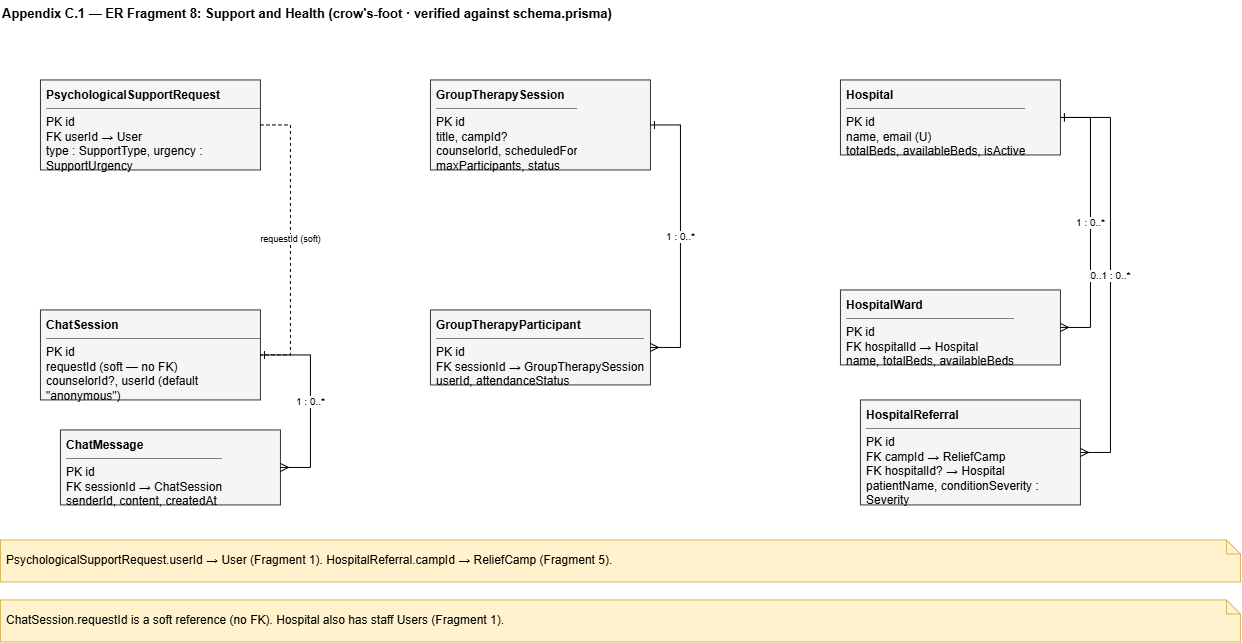
The draw.io diagram research-report-source/diagrams/pngs/Appendix_C.1_ER_Fragment_08_Support_and_Health.drawio.png in DeshanDV1003/Suraksha---Web-App, before a commit. Source tidied: cells renumbered, new cells last; positions are measured from the earlier drawing's top-left corner, leaving out a move shared by most shapes.
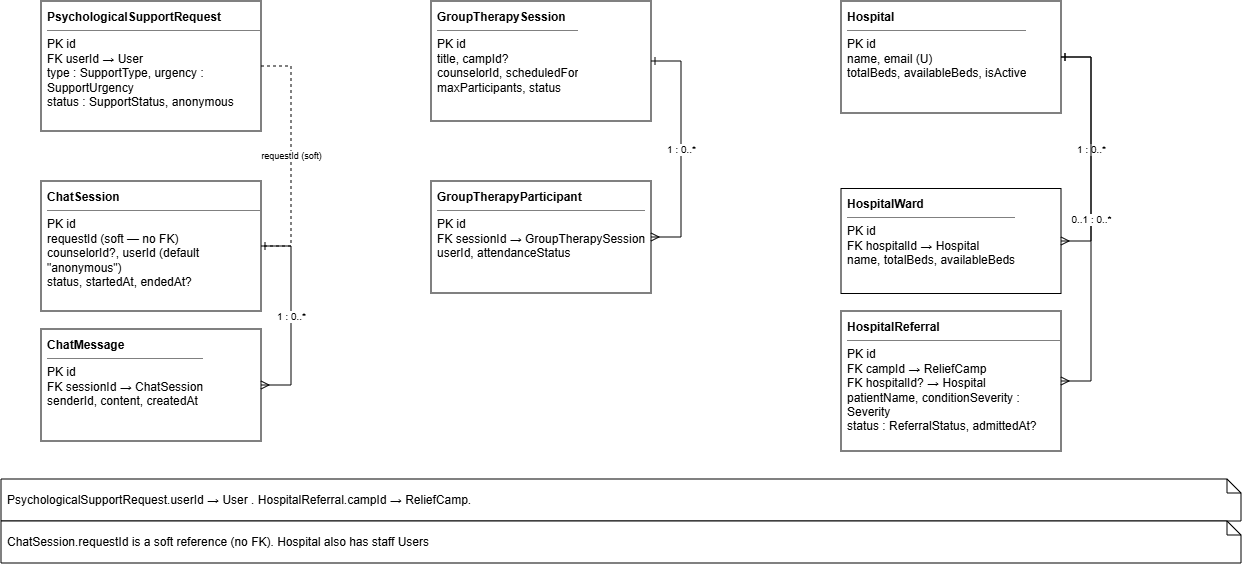
After the change.

The edit, as a diff of the source:
```diff
@@ -2,32 +2,29 @@
   <root>
     <mxCell id="0" />
     <mxCell id="1" parent="0" />
-    <mxCell id="2" value="Appendix C.1 — ER Fragment 8: Support and Health   (crow's-foot · verified against schema.prisma)" style="text;html=1;fontStyle=1;fontSize=13;align=left;" parent="1" vertex="1">
-      <mxGeometry width="1240" height="24" as="geometry" />
-    </mxCell>
-    <mxCell id="3" value="&lt;b&gt;PsychologicalSupportRequest&lt;/b&gt;&lt;hr size=&quot;1&quot; noshade&gt;PK id&lt;br&gt;FK userId  → User&lt;br&gt;type : SupportType, urgency : SupportUrgency&lt;br&gt;status : SupportStatus, anonymous" style="rounded=0;whiteSpace=wrap;html=1;fillColor=#f5f5f5;strokeColor=#333333;align=left;verticalAlign=top;spacingLeft=4;spacingTop=2;overflow=hidden;" parent="1" vertex="1">
-      <mxGeometry x="40" y="80" width="220" height="90" as="geometry" />
+    <mxCell id="3" value="&lt;b&gt;PsychologicalSupportRequest&lt;/b&gt;&lt;hr size=&quot;1&quot; noshade&gt;PK id&lt;br&gt;FK userId  → User&lt;br&gt;type : SupportType, urgency : SupportUrgency&lt;br&gt;status : SupportStatus, anonymous" style="rounded=0;whiteSpace=wrap;html=1;align=left;verticalAlign=top;spacingLeft=4;spacingTop=2;overflow=hidden;" parent="1" vertex="1">
+      <mxGeometry x="40" y="80" width="220" height="130" as="geometry" />
     </mxCell>
-    <mxCell id="4" value="&lt;b&gt;ChatSession&lt;/b&gt;&lt;hr size=&quot;1&quot; noshade&gt;PK id&lt;br&gt;requestId  (soft — no FK)&lt;br&gt;counselorId?, userId (default &quot;anonymous&quot;)&lt;br&gt;status, startedAt, endedAt?" style="rounded=0;whiteSpace=wrap;html=1;fillColor=#f5f5f5;strokeColor=#333333;align=left;verticalAlign=top;spacingLeft=4;spacingTop=2;overflow=hidden;" parent="1" vertex="1">
-      <mxGeometry x="40" y="310" width="220" height="90" as="geometry" />
+    <mxCell id="4" value="&lt;b&gt;ChatSession&lt;/b&gt;&lt;hr size=&quot;1&quot; noshade&gt;PK id&lt;br&gt;requestId  (soft — no FK)&lt;br&gt;counselorId?, userId (default &quot;anonymous&quot;)&lt;br&gt;status, startedAt, endedAt?" style="rounded=0;whiteSpace=wrap;html=1;align=left;verticalAlign=top;spacingLeft=4;spacingTop=2;overflow=hidden;" parent="1" vertex="1">
+      <mxGeometry x="40" y="260" width="220" height="130" as="geometry" />
     </mxCell>
-    <mxCell id="5" value="&lt;b&gt;ChatMessage&lt;/b&gt;&lt;hr size=&quot;1&quot; noshade&gt;PK id&lt;br&gt;FK sessionId  → ChatSession&lt;br&gt;senderId, content, createdAt" style="rounded=0;whiteSpace=wrap;html=1;fillColor=#f5f5f5;strokeColor=#333333;align=left;verticalAlign=top;spacingLeft=4;spacingTop=2;overflow=hidden;" parent="1" vertex="1">
-      <mxGeometry x="60" y="430" width="220" height="75" as="geometry" />
+    <mxCell id="5" value="&lt;b&gt;ChatMessage&lt;/b&gt;&lt;hr size=&quot;1&quot; noshade&gt;PK id&lt;br&gt;FK sessionId  → ChatSession&lt;br&gt;senderId, content, createdAt" style="rounded=0;whiteSpace=wrap;html=1;align=left;verticalAlign=top;spacingLeft=4;spacingTop=2;overflow=hidden;" parent="1" vertex="1">
+      <mxGeometry x="40" y="408" width="220" height="112" as="geometry" />
     </mxCell>
-    <mxCell id="6" value="&lt;b&gt;GroupTherapySession&lt;/b&gt;&lt;hr size=&quot;1&quot; noshade&gt;PK id&lt;br&gt;title, campId?&lt;br&gt;counselorId, scheduledFor&lt;br&gt;maxParticipants, status" style="rounded=0;whiteSpace=wrap;html=1;fillColor=#f5f5f5;strokeColor=#333333;align=left;verticalAlign=top;spacingLeft=4;spacingTop=2;overflow=hidden;" parent="1" vertex="1">
-      <mxGeometry x="430" y="80" width="220" height="90" as="geometry" />
+    <mxCell id="6" value="&lt;b&gt;GroupTherapySession&lt;/b&gt;&lt;hr size=&quot;1&quot; noshade&gt;PK id&lt;br&gt;title, campId?&lt;br&gt;counselorId, scheduledFor&lt;br&gt;maxParticipants, status" style="rounded=0;whiteSpace=wrap;html=1;align=left;verticalAlign=top;spacingLeft=4;spacingTop=2;overflow=hidden;" parent="1" vertex="1">
+      <mxGeometry x="430" y="80" width="220" height="120" as="geometry" />
     </mxCell>
-    <mxCell id="7" value="&lt;b&gt;GroupTherapyParticipant&lt;/b&gt;&lt;hr size=&quot;1&quot; noshade&gt;PK id&lt;br&gt;FK sessionId  → GroupTherapySession&lt;br&gt;userId, attendanceStatus" style="rounded=0;whiteSpace=wrap;html=1;fillColor=#f5f5f5;strokeColor=#333333;align=left;verticalAlign=top;spacingLeft=4;spacingTop=2;overflow=hidden;" parent="1" vertex="1">
-      <mxGeometry x="430" y="310" width="220" height="75" as="geometry" />
+    <mxCell id="7" value="&lt;b&gt;GroupTherapyParticipant&lt;/b&gt;&lt;hr size=&quot;1&quot; noshade&gt;PK id&lt;br&gt;FK sessionId  → GroupTherapySession&lt;br&gt;userId, attendanceStatus" style="rounded=0;whiteSpace=wrap;html=1;align=left;verticalAlign=top;spacingLeft=4;spacingTop=2;overflow=hidden;" parent="1" vertex="1">
+      <mxGeometry x="430" y="260" width="220" height="112" as="geometry" />
     </mxCell>
-    <mxCell id="8" value="&lt;b&gt;Hospital&lt;/b&gt;&lt;hr size=&quot;1&quot; noshade&gt;PK id&lt;br&gt;name, email (U)&lt;br&gt;totalBeds, availableBeds, isActive" style="rounded=0;whiteSpace=wrap;html=1;fillColor=#f5f5f5;strokeColor=#333333;align=left;verticalAlign=top;spacingLeft=4;spacingTop=2;overflow=hidden;" parent="1" vertex="1">
-      <mxGeometry x="840" y="80" width="220" height="75" as="geometry" />
+    <mxCell id="8" value="&lt;b&gt;Hospital&lt;/b&gt;&lt;hr size=&quot;1&quot; noshade&gt;PK id&lt;br&gt;name, email (U)&lt;br&gt;totalBeds, availableBeds, isActive" style="rounded=0;whiteSpace=wrap;html=1;align=left;verticalAlign=top;spacingLeft=4;spacingTop=2;overflow=hidden;" parent="1" vertex="1">
+      <mxGeometry x="840" y="80" width="220" height="112" as="geometry" />
     </mxCell>
-    <mxCell id="9" value="&lt;b&gt;HospitalWard&lt;/b&gt;&lt;hr size=&quot;1&quot; noshade&gt;PK id&lt;br&gt;FK hospitalId  → Hospital&lt;br&gt;name, totalBeds, availableBeds" style="rounded=0;whiteSpace=wrap;html=1;fillColor=#f5f5f5;strokeColor=#333333;align=left;verticalAlign=top;spacingLeft=4;spacingTop=2;overflow=hidden;" parent="1" vertex="1">
-      <mxGeometry x="840" y="290" width="220" height="75" as="geometry" />
+    <mxCell id="9" value="&lt;b&gt;HospitalWard&lt;/b&gt;&lt;hr size=&quot;1&quot; noshade&gt;PK id&lt;br&gt;FK hospitalId  → Hospital&lt;br&gt;name, totalBeds, availableBeds" style="rounded=0;whiteSpace=wrap;html=1;align=left;verticalAlign=top;spacingLeft=4;spacingTop=2;overflow=hidden;" parent="1" vertex="1">
+      <mxGeometry x="840" y="267.5" width="220" height="105" as="geometry" />
     </mxCell>
-    <mxCell id="10" value="&lt;b&gt;HospitalReferral&lt;/b&gt;&lt;hr size=&quot;1&quot; noshade&gt;PK id&lt;br&gt;FK campId  → ReliefCamp&lt;br&gt;FK hospitalId?  → Hospital&lt;br&gt;patientName, conditionSeverity : Severity&lt;br&gt;status : ReferralStatus, admittedAt?" style="rounded=0;whiteSpace=wrap;html=1;fillColor=#f5f5f5;strokeColor=#333333;align=left;verticalAlign=top;spacingLeft=4;spacingTop=2;overflow=hidden;" parent="1" vertex="1">
-      <mxGeometry x="860" y="400" width="220" height="105" as="geometry" />
+    <mxCell id="10" value="&lt;b&gt;HospitalReferral&lt;/b&gt;&lt;hr size=&quot;1&quot; noshade&gt;PK id&lt;br&gt;FK campId  → ReliefCamp&lt;br&gt;FK hospitalId?  → Hospital&lt;br&gt;patientName, conditionSeverity : Severity&lt;br&gt;status : ReferralStatus, admittedAt?" style="rounded=0;whiteSpace=wrap;html=1;align=left;verticalAlign=top;spacingLeft=4;spacingTop=2;overflow=hidden;" parent="1" vertex="1">
+      <mxGeometry x="840" y="390" width="220" height="140" as="geometry" />
     </mxCell>
     <mxCell id="11" value="1 : 0..*" style="edgeStyle=entityRelationEdgeStyle;rounded=0;html=1;fontSize=10;startArrow=ERone;endArrow=ERmany;startFill=0;endFill=0;" parent="1" edge="1" source="4" target="5">
       <mxGeometry relative="1" as="geometry" />
@@ -44,10 +41,10 @@
     <mxCell id="15" value="requestId  (soft)" style="edgeStyle=entityRelationEdgeStyle;rounded=0;html=1;fontSize=9;dashed=1;startArrow=none;endArrow=none;" parent="1" edge="1" source="3" target="4">
       <mxGeometry relative="1" as="geometry" />
     </mxCell>
-    <mxCell id="16" value="PsychologicalSupportRequest.userId → User (Fragment 1). HospitalReferral.campId → ReliefCamp (Fragment 5)." style="shape=note;whiteSpace=wrap;html=1;fillColor=#fff2cc;strokeColor=#d6b656;size=14;align=left;spacingLeft=4;" parent="1" vertex="1">
-      <mxGeometry y="540" width="1240" height="42" as="geometry" />
+    <mxCell id="16" value="PsychologicalSupportRequest.userId → User . HospitalReferral.campId → ReliefCamp." style="shape=note;whiteSpace=wrap;html=1;size=14;align=left;spacingLeft=4;" parent="1" vertex="1">
+      <mxGeometry y="558" width="1240" height="42" as="geometry" />
     </mxCell>
-    <mxCell id="17" value="ChatSession.requestId is a soft reference (no FK). Hospital also has staff Users (Fragment 1)." style="shape=note;whiteSpace=wrap;html=1;fillColor=#fff2cc;strokeColor=#d6b656;size=14;align=left;spacingLeft=4;" parent="1" vertex="1">
+    <mxCell id="17" value="ChatSession.requestId is a soft reference (no FK). Hospital also has staff Users" style="shape=note;whiteSpace=wrap;html=1;size=14;align=left;spacingLeft=4;" parent="1" vertex="1">
       <mxGeometry y="600" width="1240" height="42" as="geometry" />
     </mxCell>
   </root>
```
